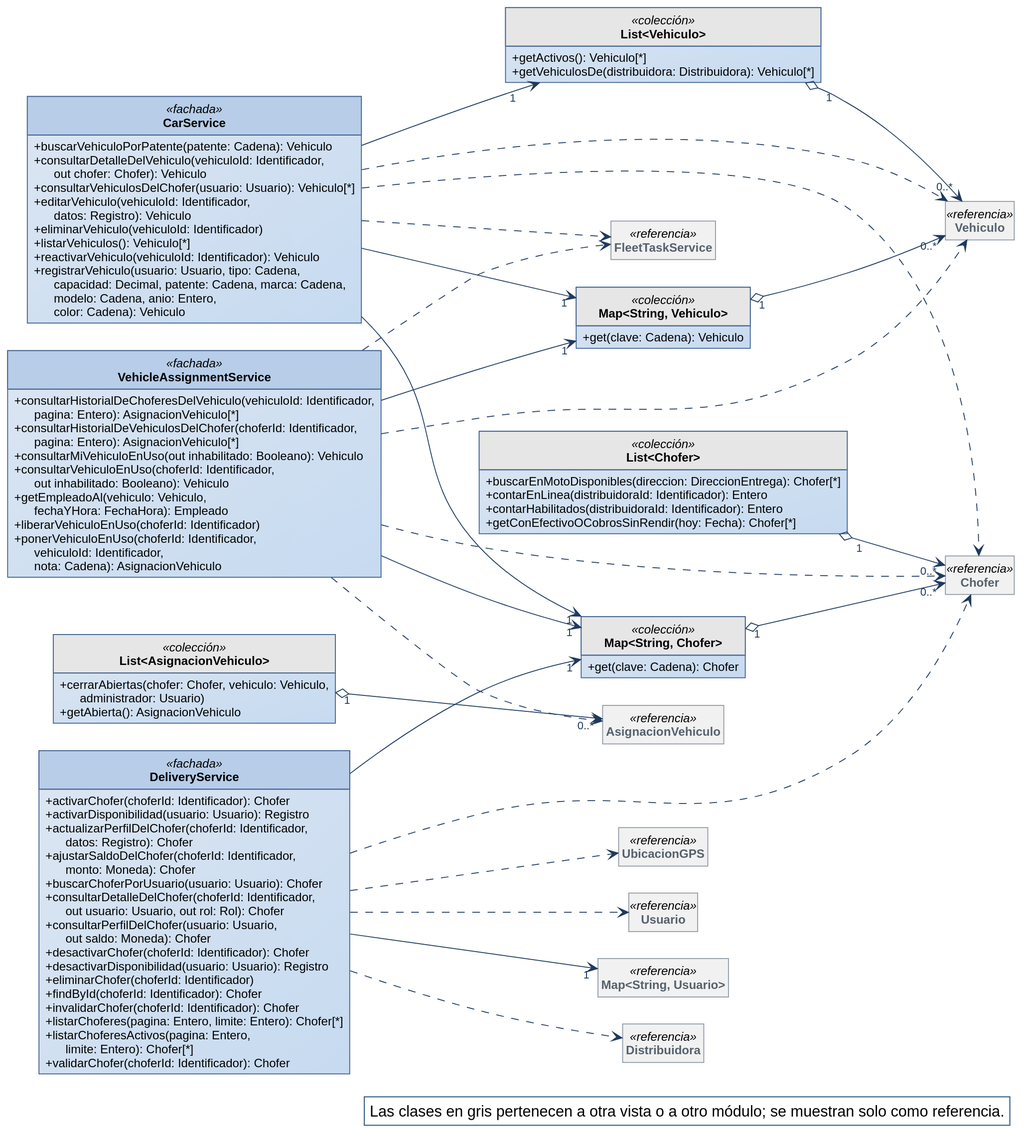
Nahuelito-Dev/splg-docs keeps this PlantUML diagram as diagramas/clases-diseno/DC_Mod_Choferes-y-vehiculos.svg. Above is the earlier version.
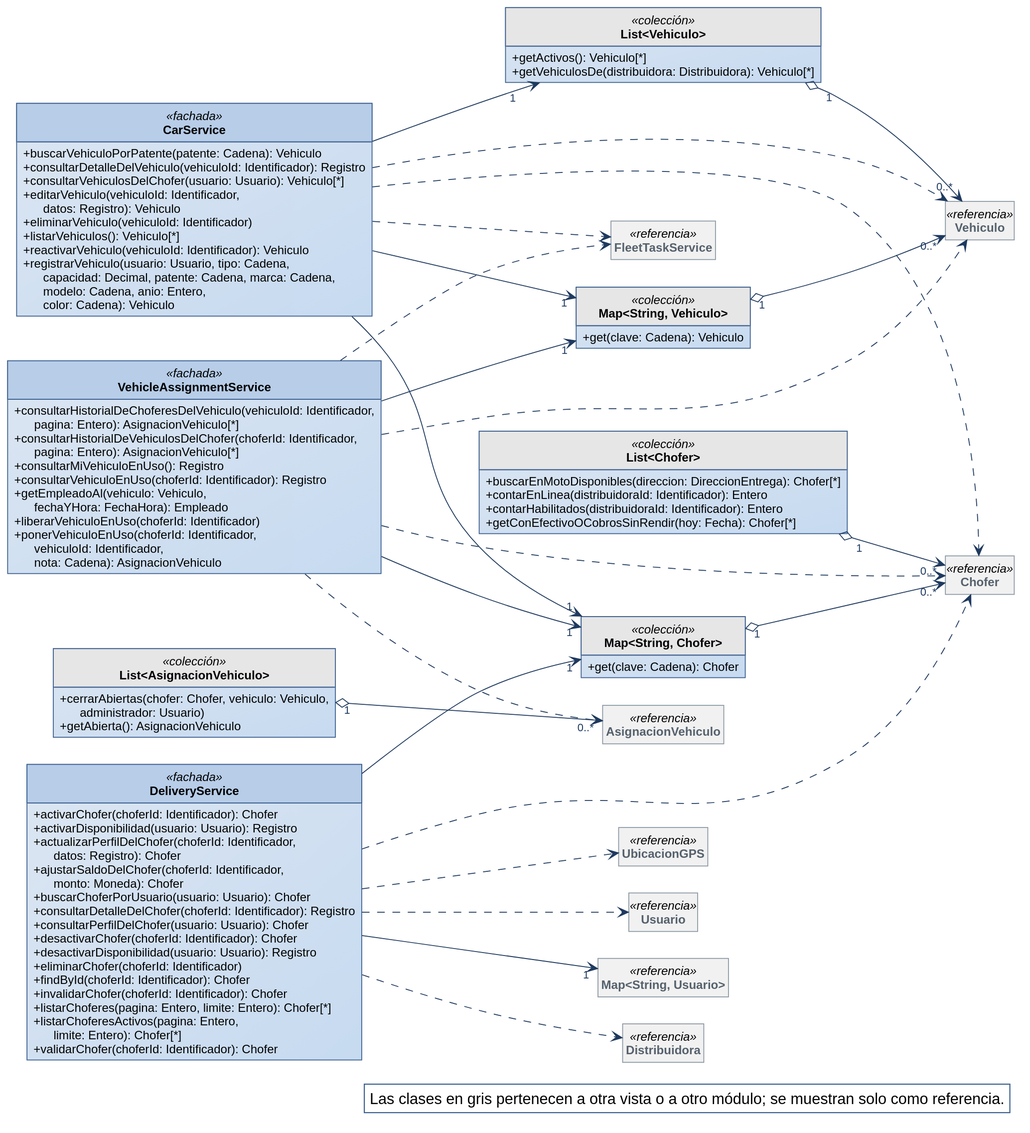
After the change.

Change to the diagram source:
```diff
@@ -36,8 +36,8 @@
   + actualizarPerfilDelChofer(choferId: Identificador,\n      datos: Registro): Chofer
   + ajustarSaldoDelChofer(choferId: Identificador,\n      monto: Moneda): Chofer
   + buscarChoferPorUsuario(usuario: Usuario): Chofer
-  + consultarDetalleDelChofer(choferId: Identificador,\n      out usuario: Usuario, out rol: Rol): Chofer
-  + consultarPerfilDelChofer(usuario: Usuario,\n      out saldo: Moneda): Chofer
+  + consultarDetalleDelChofer(choferId: Identificador): Registro
+  + consultarPerfilDelChofer(usuario: Usuario): Chofer
   + desactivarChofer(choferId: Identificador): Chofer
   + desactivarDisponibilidad(usuario: Usuario): Registro
   + eliminarChofer(choferId: Identificador)
@@ -58,7 +58,7 @@
 }
 class CarService <<fachada>> {
   + buscarVehiculoPorPatente(patente: Cadena): Vehiculo
-  + consultarDetalleDelVehiculo(vehiculoId: Identificador,\n      out chofer: Chofer): Vehiculo
+  + consultarDetalleDelVehiculo(vehiculoId: Identificador): Registro
   + consultarVehiculosDelChofer(usuario: Usuario): Vehiculo[*]
   + editarVehiculo(vehiculoId: Identificador,\n      datos: Registro): Vehiculo
   + eliminarVehiculo(vehiculoId: Identificador)
@@ -76,8 +76,8 @@
 class VehicleAssignmentService <<fachada>> {
   + consultarHistorialDeChoferesDelVehiculo(vehiculoId: Identificador,\n      pagina: Entero): AsignacionVehiculo[*]
   + consultarHistorialDeVehiculosDelChofer(choferId: Identificador,\n      pagina: Entero): AsignacionVehiculo[*]
-  + consultarMiVehiculoEnUso(out inhabilitado: Booleano): Vehiculo
-  + consultarVehiculoEnUso(choferId: Identificador,\n      out inhabilitado: Booleano): Vehiculo
+  + consultarMiVehiculoEnUso(): Registro
+  + consultarVehiculoEnUso(choferId: Identificador): Registro
   + getEmpleadoAl(vehiculo: Vehiculo,\n      fechaYHora: FechaHora): Empleado
   + liberarVehiculoEnUso(choferId: Identificador)
   + ponerVehiculoEnUso(choferId: Identificador,\n      vehiculoId: Identificador,\n      nota: Cadena): AsignacionVehiculo
```
